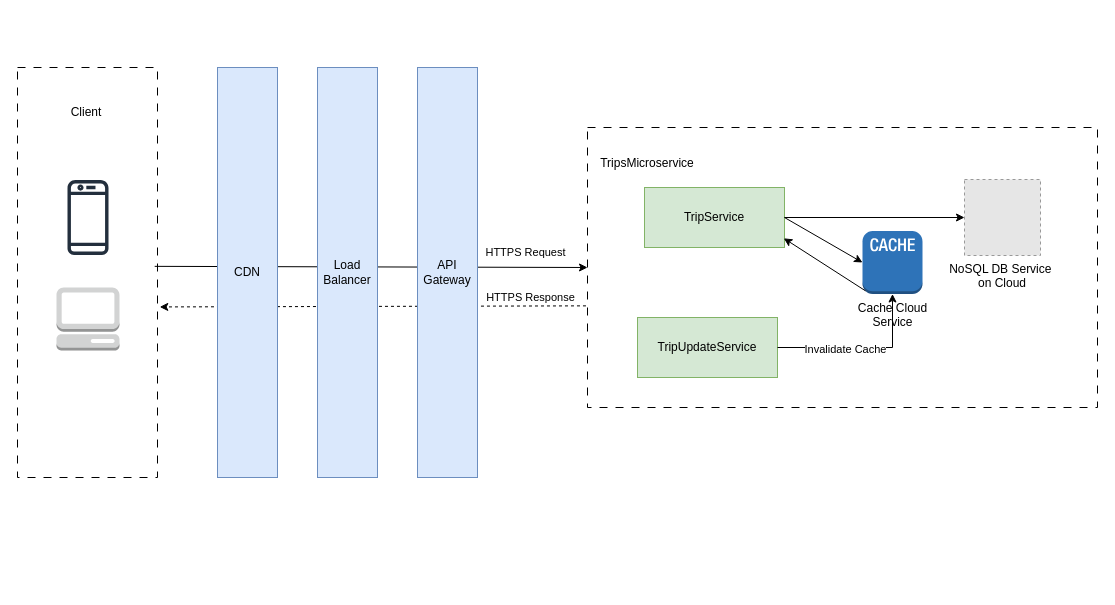
Above: Diagrams/IndividualComponentDiagrams/RawFiles/TripService.drawio in beyond-blueprints/arch-katas-2023 (draw.io), before the change. Source tidied: cells renumbered, new cells numbered last; positions are measured from the earlier drawing's top-left corner, leaving out a move shared by most shapes. Both pictures are drawn from the tidied source at 100%, with x=0, y=0 at pixel (17, 67). Pictures stored in the file or linked from it are replaced by grey dashed boxes.
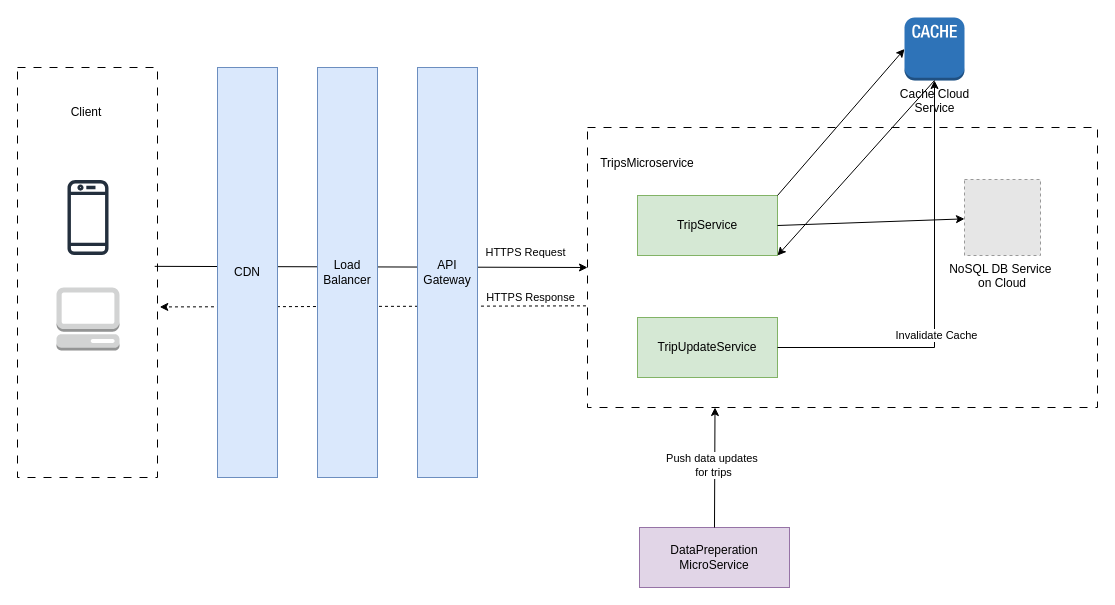
The same diagram, later.

Unchanged cells that the change refers to:
```xml
<mxCell id="7" style="rounded=0;whiteSpace=wrap;html=1;align=right;fontSize=18;labelPosition=left;verticalLabelPosition=top;verticalAlign=bottom;horizontal=1;dashed=1;dashPattern=8 8;fillStyle=auto;fillColor=none;" parent="1" vertex="1">
  <mxGeometry x="570" y="60" width="510" height="280" as="geometry" />
</mxCell>
<mxCell id="20" value="TripUpdateService" style="rounded=0;whiteSpace=wrap;html=1;fillColor=#d5e8d4;strokeColor=#82b366;" parent="1" vertex="1">
  <mxGeometry x="620" y="250" width="140" height="60" as="geometry" />
</mxCell>
```

The edit, as a diff of the source:
```diff
@@
     <mxCell id="8" value="TripService" style="rounded=0;whiteSpace=wrap;html=1;fillColor=#d5e8d4;strokeColor=#82b366;" parent="1" vertex="1">
-      <mxGeometry x="627" y="120" width="140" height="60" as="geometry" />
+      <mxGeometry x="620" y="128" width="140" height="60" as="geometry" />
     </mxCell>
@@
-    <mxCell id="18" style="endArrow=classic;html=1;rounded=0;exitX=1;exitY=0.5;exitDx=0;exitDy=0;entryX=0;entryY=0.5;entryDx=0;entryDy=0;" parent="1" edge="1" source="8" target="19">
+    <mxCell id="18" style="endArrow=classic;html=1;rounded=0;exitX=1;exitY=0;exitDx=0;exitDy=0;entryX=0;entryY=0.5;entryDx=0;entryDy=0;" parent="1" edge="1" source="8" target="19">
       <mxGeometry relative="1" as="geometry" />
     </mxCell>
     <mxCell id="19" value="Cache Cloud&lt;br&gt;Service&lt;br&gt;" style="outlineConnect=0;dashed=0;verticalLabelPosition=bottom;verticalAlign=top;align=center;html=1;shape=mxgraph.aws3.cache_node;fillColor=#2E73B8;gradientColor=none;" parent="1" vertex="1">
-      <mxGeometry x="845" y="163.5" width="60" height="63" as="geometry" />
+      <mxGeometry x="887" y="-50" width="60" height="63" as="geometry" />
     </mxCell>
@@
     <mxCell id="21" style="endArrow=classic;html=1;rounded=0;entryX=0.5;entryY=1;entryDx=0;entryDy=0;entryPerimeter=0;exitX=1;exitY=0.5;exitDx=0;exitDy=0;" parent="1" edge="1" source="20" target="19">
       <mxGeometry relative="1" as="geometry">
         <Array as="points">
-          <mxPoint x="875" y="280" />
+          <mxPoint x="917" y="280" />
         </Array>
       </mxGeometry>
     </mxCell>
@@
-    <mxCell id="23" style="endArrow=classic;html=1;rounded=0;exitX=0.05;exitY=0.95;exitDx=0;exitDy=0;exitPerimeter=0;entryX=0.995;entryY=0.847;entryDx=0;entryDy=0;entryPerimeter=0;" parent="1" edge="1" source="19" target="8">
+    <mxCell id="23" style="endArrow=classic;html=1;rounded=0;exitX=0.5;exitY=1;exitDx=0;exitDy=0;exitPerimeter=0;entryX=1;entryY=1;entryDx=0;entryDy=0;" parent="1" edge="1" source="19" target="8">
       <mxGeometry relative="1" as="geometry" />
     </mxCell>
+    <mxCell id="24" value="DataPreperation&lt;br&gt;MicroService" style="rounded=0;whiteSpace=wrap;html=1;fillColor=#e1d5e7;strokeColor=#9673a6;" parent="1" vertex="1">
+      <mxGeometry x="622" y="460" width="150" height="60" as="geometry" />
+    </mxCell>
+    <mxCell id="25" style="endArrow=classic;html=1;rounded=0;exitX=0.5;exitY=0;exitDx=0;exitDy=0;entryX=0.25;entryY=1;entryDx=0;entryDy=0;" parent="1" edge="1" source="24" target="7">
+      <mxGeometry relative="1" as="geometry" />
+    </mxCell>
+    <mxCell id="26" value="Push data updates&amp;nbsp; &lt;br&gt;for trips" style="edgeLabel;html=1;align=center;verticalAlign=middle;" parent="25" vertex="1">
+      <mxGeometry x="0.05" y="2" relative="1" as="geometry">
+        <mxPoint y="1" as="offset" />
+      </mxGeometry>
+    </mxCell>
```
